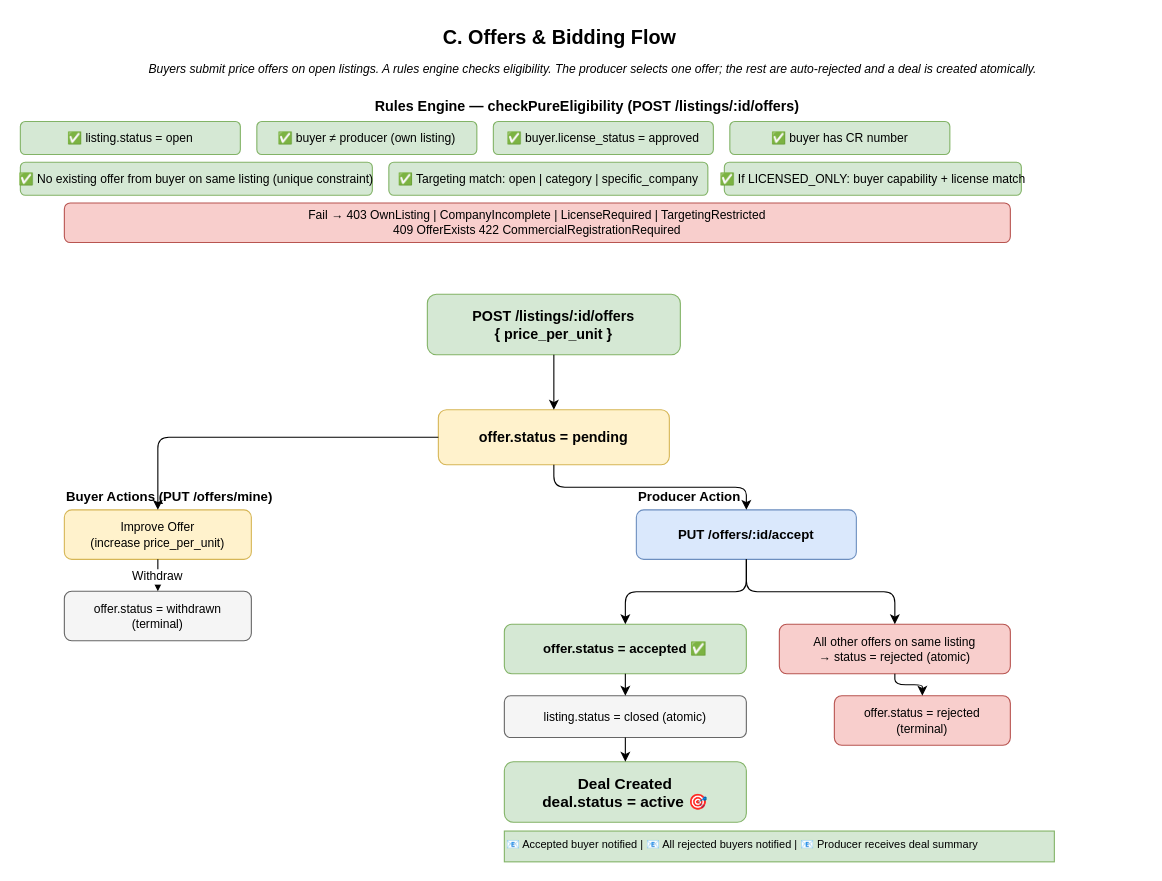
Earlier version of the draw.io diagram page "4. Offers & Bidding" (4 of 6) of Tadweerah_Phase1_Operating_Model.drawio (mmuaibed/Tadweerah-Hub). Source tidied: cells renumbered, new cells numbered last; positions are measured from the earlier drawing's top-left corner, leaving out a move shared by most shapes. Both pictures are drawn from the tidied source at 110%, with x=0, y=0 at pixel (20, 19).
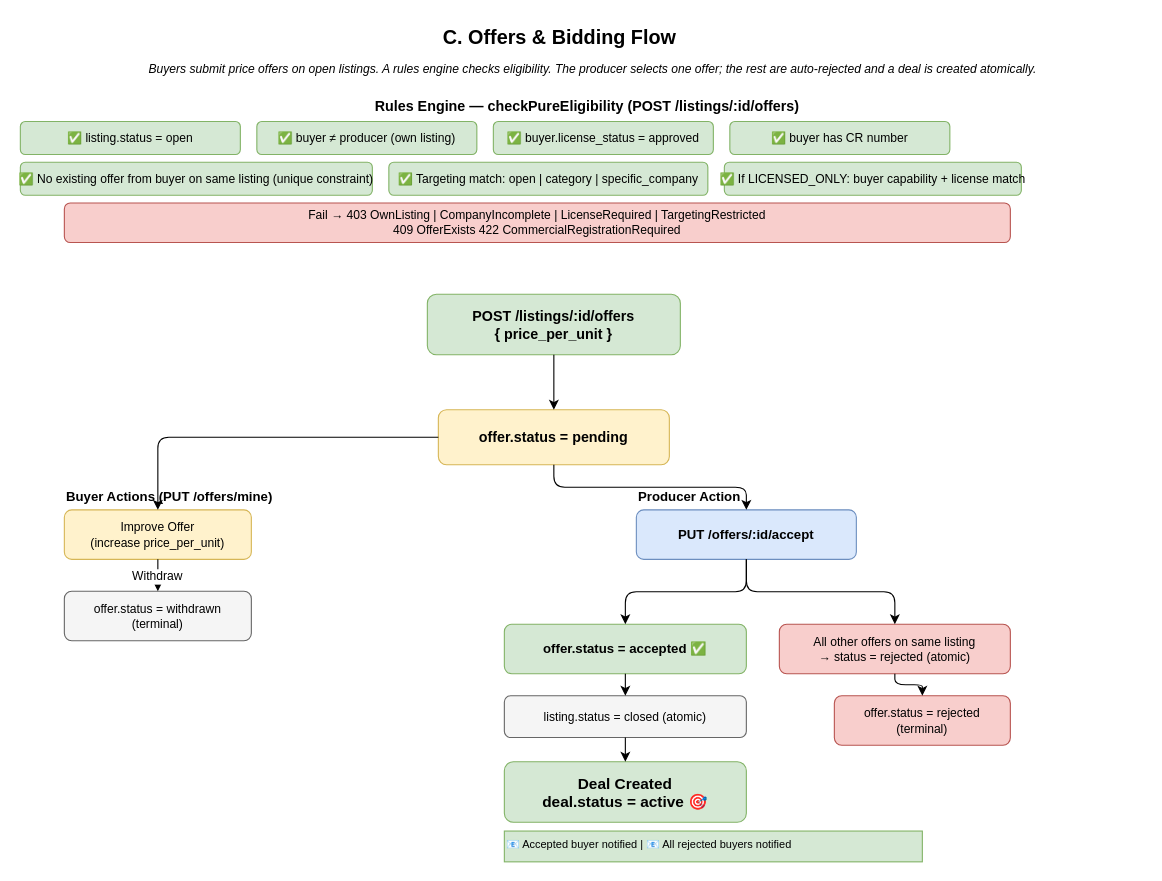
After the change.

Diff of the diagram source:
```diff
@@
-    <mxCell id="25" value="📧 Accepted buyer notified | 📧 All rejected buyers notified | 📧 Producer receives deal summary" style="text;html=1;fontSize=10;align=left;fillColor=#d5e8d4;strokeColor=#82b366;" parent="1" vertex="1">
-      <mxGeometry x="440" y="738" width="500" height="28" as="geometry" />
+    <mxCell id="25" value="📧 Accepted buyer notified | 📧 All rejected buyers notified" style="text;html=1;fontSize=10;align=left;fillColor=#d5e8d4;strokeColor=#82b366;" parent="1" vertex="1">
+      <mxGeometry x="440" y="738" width="380" height="28" as="geometry" />
     </mxCell>
```
